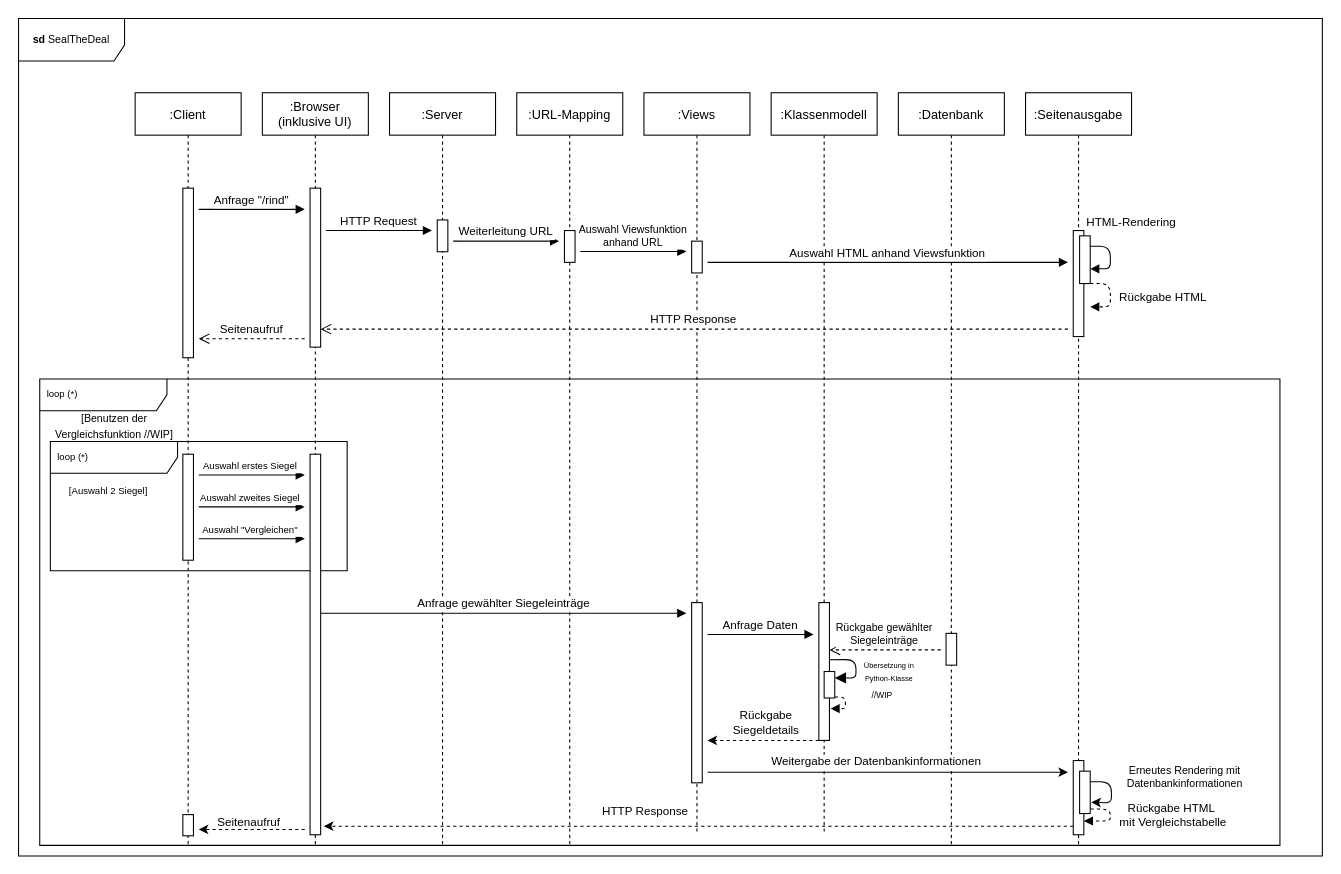
The draw.io diagram Sequenzdiagramm.drawio in schnarkus/SWE-II, before the edit. Source tidied: cells renumbered, new cells numbered last; positions are measured from the earlier drawing's top-left corner, leaving out a move shared by most shapes. Both pictures are drawn from the tidied source at 106%, with x=0, y=0 at pixel (-178, 18).
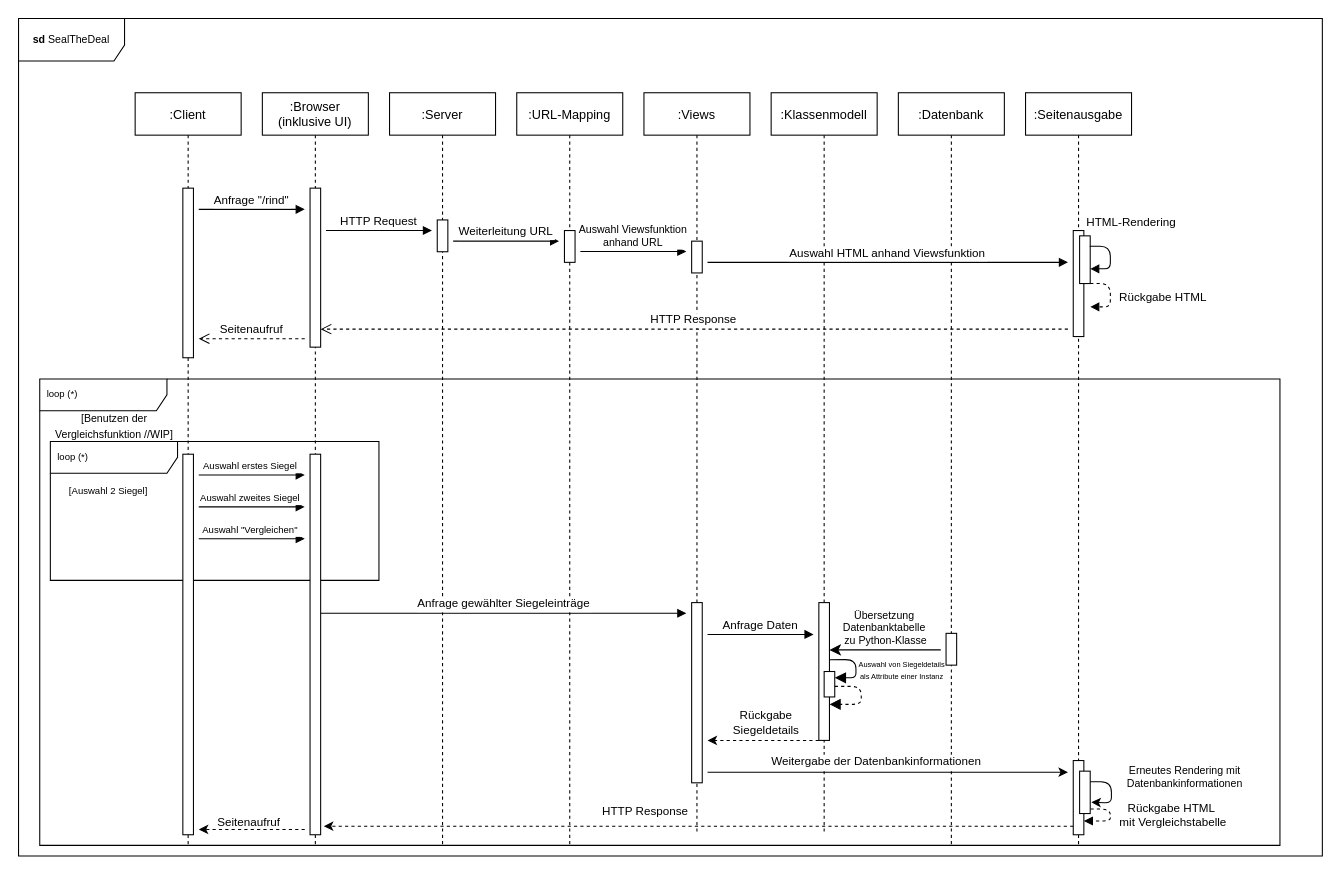
Above is the later version.

Commit message:
Sequenzdiagramm fertig

The change refers to these unchanged cells:
```xml
<mxCell id="10" value=":Client" style="shape=umlLifeline;perimeter=lifelinePerimeter;rounded=0;shadow=0;strokeWidth=1;" parent="1" vertex="1">
  <mxGeometry x="295" y="70" width="100" height="710" as="geometry" />
</mxCell>
<mxCell id="13" value=":Datenbank" style="shape=umlLifeline;perimeter=lifelinePerimeter;rounded=0;shadow=0;strokeWidth=1;" parent="1" vertex="1">
  <mxGeometry x="1015" y="70" width="100" height="710" as="geometry" />
</mxCell>
<mxCell id="22" value=":Klassenmodell" style="shape=umlLifeline;perimeter=lifelinePerimeter;rounded=0;shadow=0;strokeWidth=1;" parent="1" vertex="1">
  <mxGeometry x="895" y="70" width="100" height="700" as="geometry" />
</mxCell>
<mxCell id="23" style="points=[];perimeter=orthogonalPerimeter;rounded=0;shadow=0;strokeWidth=1;" parent="22" vertex="1">
  <mxGeometry x="45" y="481" width="10" height="130" as="geometry" />
</mxCell>
<mxCell id="25" style="verticalAlign=bottom;endArrow=block;endSize=8;shadow=0;strokeWidth=1;exitX=0.958;exitY=0.414;exitDx=0;exitDy=0;exitPerimeter=0;edgeStyle=orthogonalEdgeStyle;endFill=1;entryX=1.007;entryY=0.245;entryDx=0;entryDy=0;entryPerimeter=0;" parent="22" edge="1" source="23" target="24">
  <mxGeometry relative="1" as="geometry">
    <Array as="points">
      <mxPoint x="80" y="535" />
      <mxPoint x="80" y="552" />
    </Array>
  </mxGeometry>
</mxCell>
```

The edit, as a diff of the source:
```diff
@@
     <mxCell id="3" value="loop (*)" style="shape=umlFrame;whiteSpace=wrap;html=1;width=120;height=30;boundedLbl=1;verticalAlign=middle;align=left;spacingLeft=5;fontSize=9;" parent="1" vertex="1">
-      <mxGeometry x="215" y="399" width="280" height="122" as="geometry" />
+      <mxGeometry x="215" y="399" width="310" height="131" as="geometry" />
     </mxCell>
@@
-    <mxCell id="12" style="perimeter=orthogonalPerimeter;rounded=0;shadow=0;strokeWidth=1;" parent="10" vertex="1">
-      <mxGeometry x="45" y="681" width="10" height="20" as="geometry" />
-    </mxCell>
@@
-    <mxCell id="15" value="Rückgabe gewählter &#10;Siegeleinträge" style="verticalAlign=bottom;endArrow=open;dashed=1;endSize=8;shadow=0;strokeWidth=1;fontSize=10;" parent="13" edge="1" target="23">
+    <mxCell id="15" value="Übersetzung &#10;Datenbanktabelle&#10; zu Python-Klasse" style="verticalAlign=bottom;endArrow=classic;endSize=8;shadow=0;strokeWidth=1;fontSize=10;endFill=1;" parent="13" edge="1" target="23">
       <mxGeometry relative="1" as="geometry">
         <mxPoint x="40" y="525.6" as="sourcePoint" />
       </mxGeometry>
     </mxCell>
@@
     <mxCell id="24" style="points=[];perimeter=orthogonalPerimeter;rounded=0;shadow=0;strokeWidth=1;" parent="22" vertex="1">
-      <mxGeometry x="50" y="546" width="10" height="25" as="geometry" />
+      <mxGeometry x="50" y="546" width="10" height="24" as="geometry" />
     </mxCell>
@@
-    <mxCell id="26" value="&lt;font style=&quot;font-size: 7px&quot;&gt;Übersetzung in &lt;br&gt;Python-Klasse&lt;/font&gt;" style="edgeLabel;html=1;align=center;verticalAlign=middle;fontSize=10;" parent="25" vertex="1">
+    <mxCell id="26" value="&lt;span style=&quot;font-size: 7px&quot;&gt;Auswahl von Siegeldetails &lt;br&gt;als Attribute einer Instanz&lt;/span&gt;" style="edgeLabel;html=1;align=center;verticalAlign=middle;fontSize=10;" parent="25" vertex="1">
       <mxGeometry x="0.05" y="-1" relative="1" as="geometry">
-        <mxPoint x="31" y="2" as="offset" />
+        <mxPoint x="43" y="1" as="offset" />
       </mxGeometry>
     </mxCell>
-    <mxCell id="27" value="//WIP" style="verticalAlign=bottom;endArrow=block;shadow=0;strokeWidth=1;edgeStyle=orthogonalEdgeStyle;exitX=1.022;exitY=0.965;exitDx=0;exitDy=0;exitPerimeter=0;dashed=1;fontSize=8;" parent="22" edge="1" source="24">
-      <mxGeometry x="-0.07" y="35" relative="1" as="geometry">
-        <mxPoint x="56" y="581" as="targetPoint" />
-        <Array as="points">
-          <mxPoint x="70" y="570" />
-          <mxPoint x="70" y="581" />
-          <mxPoint x="56" y="581" />
-        </Array>
-      </mxGeometry>
-    </mxCell>
@@
     <mxCell id="48" style="perimeter=orthogonalPerimeter;rounded=0;shadow=0;strokeWidth=1;" parent="1" vertex="1">
-      <mxGeometry x="340" y="411" width="10" height="100" as="geometry" />
+      <mxGeometry x="340" y="411" width="10" height="359" as="geometry" />
     </mxCell>
@@
+    <mxCell id="62" style="verticalAlign=bottom;endArrow=block;endSize=8;shadow=0;strokeWidth=1;exitX=0.958;exitY=0.414;exitDx=0;exitDy=0;exitPerimeter=0;edgeStyle=orthogonalEdgeStyle;endFill=1;dashed=1;" parent="1" edge="1" target="23">
+      <mxGeometry relative="1" as="geometry">
+        <mxPoint x="955" y="630" as="sourcePoint" />
+        <Array as="points">
+          <mxPoint x="980" y="630" />
+          <mxPoint x="980" y="647" />
+        </Array>
+      </mxGeometry>
+    </mxCell>
```
